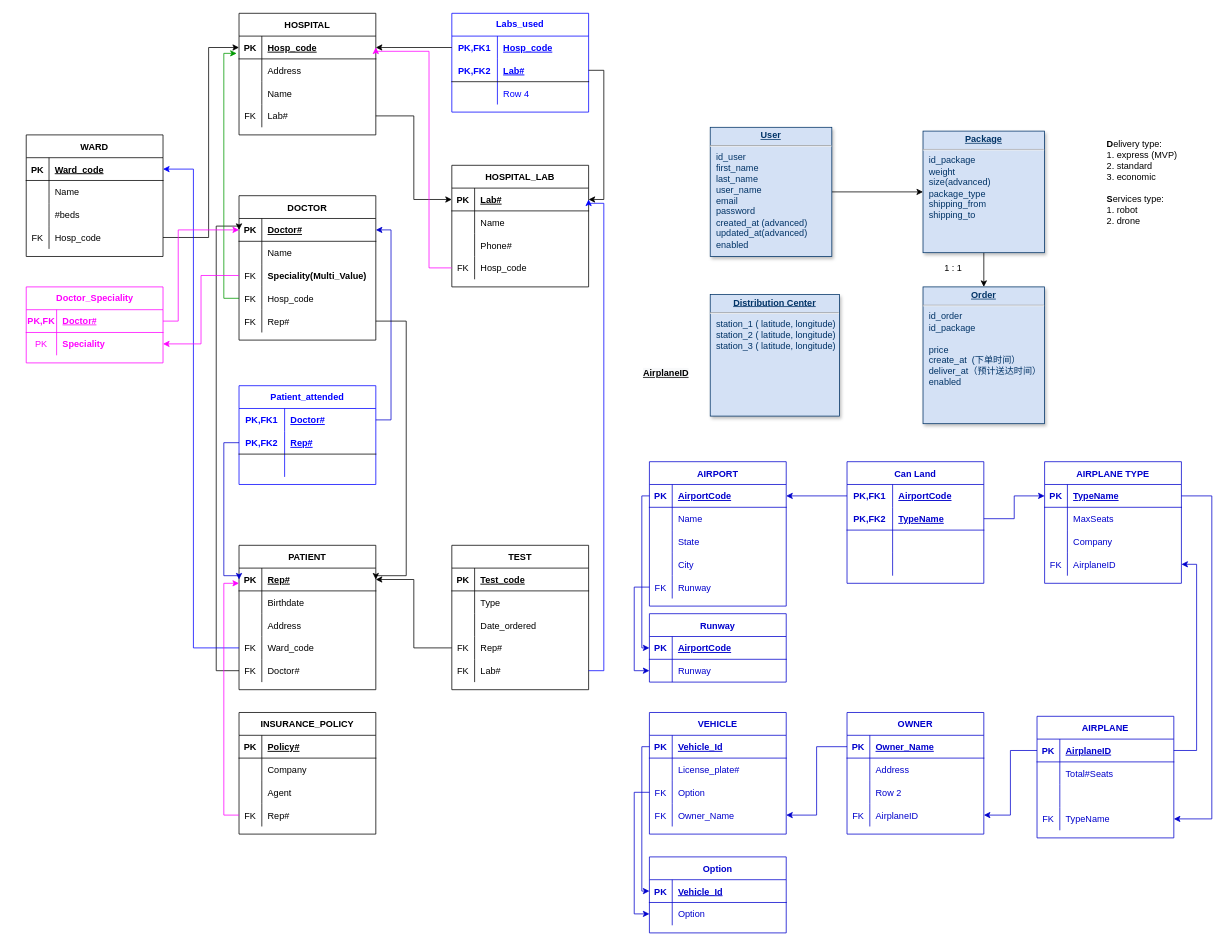
Before: src/Untitled Diagram.drawio in DBZhaoyuner/d3-timer, a draw.io diagram. Source tidied: cells renumbered, new cells numbered last; positions are measured from the earlier drawing's top-left corner, leaving out a move shared by most shapes. Both pictures are drawn from the tidied source at 76%, with x=0, y=0 at pixel (26, 13).
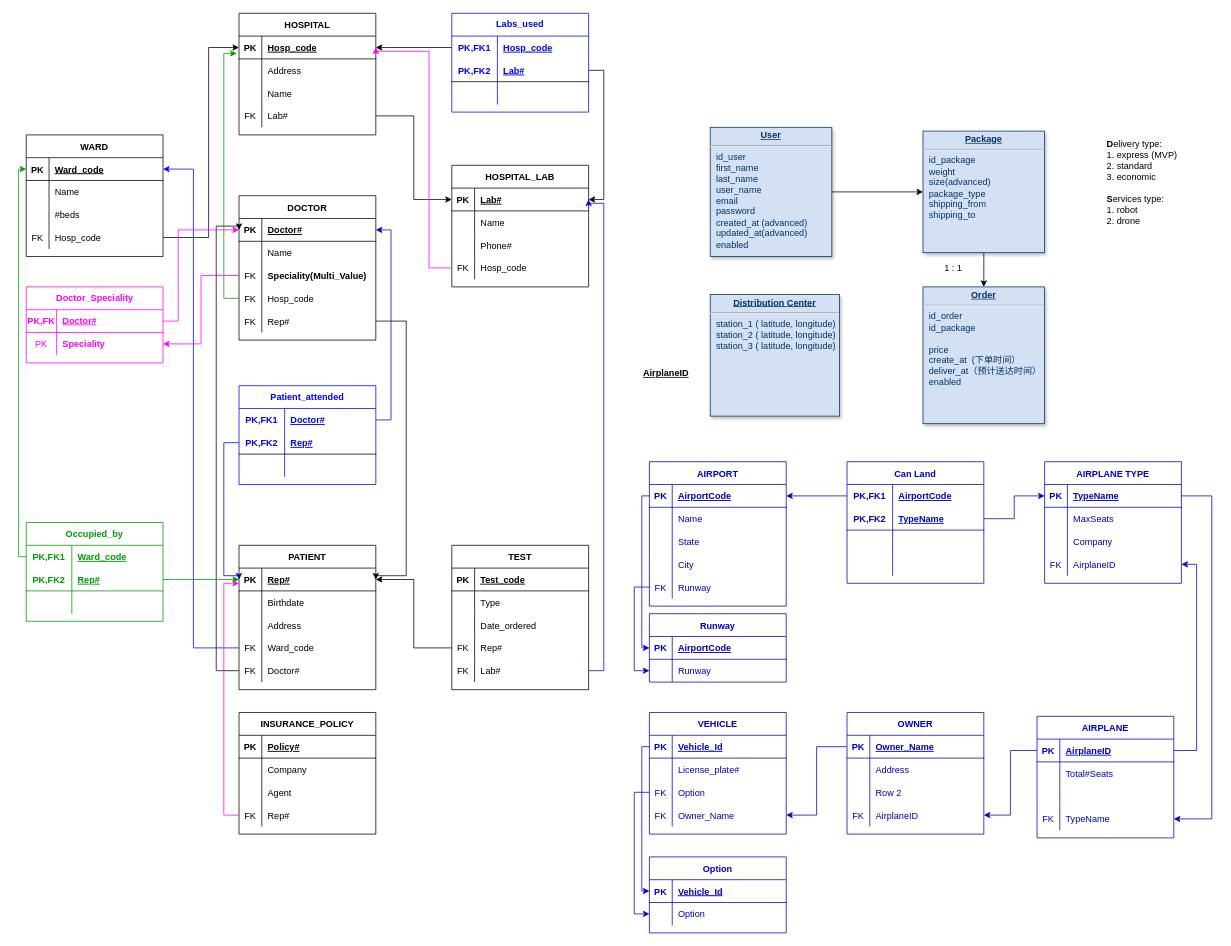
Above is the later version.

The change refers to these unchanged cells:
```xml
<mxCell id="133" style="shape=tableRow;horizontal=0;startSize=0;swimlaneHead=0;swimlaneBody=0;fillColor=none;points=[[0,0.5],[1,0.5]];portConstraint=eastwest;top=0;left=0;right=0;bottom=1;" parent="132" vertex="1">
  <mxGeometry y="30" width="180" height="30" as="geometry" />
</mxCell>
<mxCell id="188" style="shape=tableRow;horizontal=0;startSize=0;swimlaneHead=0;swimlaneBody=0;fillColor=none;points=[[0,0.5],[1,0.5]];portConstraint=eastwest;top=0;left=0;right=0;bottom=1;" parent="187" vertex="1">
  <mxGeometry y="30" width="180" height="30" as="geometry" />
</mxCell>
<mxCell id="233" style="shape=tableRow;horizontal=0;startSize=0;swimlaneHead=0;swimlaneBody=0;fillColor=none;top=0;left=0;right=0;bottom=0;fontColor=#0000FF;" parent="226" vertex="1">
  <mxGeometry y="90" width="180" height="30" as="geometry" />
</mxCell>
```

Change to the diagram source:
```diff
@@
-    <mxCell id="235" value="Row 4" style="shape=partialRectangle;fillColor=none;top=0;left=0;bottom=0;right=0;align=left;spacingLeft=6;overflow=hidden;fontColor=#0000FF;" parent="233" vertex="1">
+    <mxCell id="235" style="shape=partialRectangle;fillColor=none;top=0;left=0;bottom=0;right=0;align=left;spacingLeft=6;overflow=hidden;fontColor=#0000FF;" parent="233" vertex="1">
       <mxGeometry x="60" width="120" height="30" as="geometry" />
     </mxCell>
@@
+    <mxCell id="259" value="Occupied_by" style="shape=table;startSize=30;childLayout=tableLayout;rowLines=0;fontStyle=1;align=center;strokeColor=#009900;fontColor=#009900;html=1;labelBorderColor=none;whiteSpace=wrap;labelBackgroundColor=none;" parent="1" vertex="1">
+      <mxGeometry y="670" width="180" height="130" as="geometry" />
+    </mxCell>
+    <mxCell id="260" style="shape=tableRow;horizontal=0;startSize=0;swimlaneHead=0;swimlaneBody=0;fillColor=none;points=[[0,0.5],[1,0.5]];portConstraint=eastwest;top=0;left=0;right=0;bottom=0;fontColor=#009900;strokeColor=#009900;" parent="259" vertex="1">
+      <mxGeometry y="30" width="180" height="30" as="geometry" />
+    </mxCell>
+    <mxCell id="261" value="PK,FK1" style="shape=partialRectangle;fillColor=none;top=0;left=0;bottom=0;right=0;fontStyle=1;overflow=hidden;fontColor=#009900;strokeColor=#009900;" parent="260" vertex="1">
+      <mxGeometry width="60" height="30" as="geometry" />
+    </mxCell>
+    <mxCell id="262" value="Ward_code" style="shape=partialRectangle;fillColor=none;top=0;left=0;bottom=0;right=0;align=left;spacingLeft=6;fontStyle=5;overflow=hidden;fontColor=#009900;strokeColor=#009900;" parent="260" vertex="1">
+      <mxGeometry x="60" width="120" height="30" as="geometry" />
+    </mxCell>
+    <mxCell id="263" style="shape=tableRow;horizontal=0;startSize=0;swimlaneHead=0;swimlaneBody=0;fillColor=none;points=[[0,0.5],[1,0.5]];portConstraint=eastwest;top=0;left=0;right=0;bottom=1;fontColor=#009900;strokeColor=#009900;" parent="259" vertex="1">
+      <mxGeometry y="60" width="180" height="30" as="geometry" />
+    </mxCell>
+    <mxCell id="264" value="PK,FK2" style="shape=partialRectangle;fillColor=none;top=0;left=0;bottom=0;right=0;fontStyle=1;overflow=hidden;fontColor=#009900;strokeColor=#009900;" parent="263" vertex="1">
+      <mxGeometry width="60" height="30" as="geometry" />
+    </mxCell>
+    <mxCell id="265" value="Rep#" style="shape=partialRectangle;fillColor=none;top=0;left=0;bottom=0;right=0;align=left;spacingLeft=6;fontStyle=5;overflow=hidden;fontColor=#009900;strokeColor=#009900;" parent="263" vertex="1">
+      <mxGeometry x="60" width="120" height="30" as="geometry" />
+    </mxCell>
+    <mxCell id="266" style="shape=tableRow;horizontal=0;startSize=0;swimlaneHead=0;swimlaneBody=0;fillColor=none;top=0;left=0;right=0;bottom=0;fontColor=#009900;strokeColor=#009900;" parent="259" vertex="1">
+      <mxGeometry y="90" width="180" height="30" as="geometry" />
+    </mxCell>
+    <mxCell id="267" style="shape=partialRectangle;fillColor=none;top=0;left=0;bottom=0;right=0;overflow=hidden;fontColor=#009900;strokeColor=#009900;" parent="266" vertex="1">
+      <mxGeometry width="60" height="30" as="geometry" />
+    </mxCell>
+    <mxCell id="268" style="shape=partialRectangle;fillColor=none;top=0;left=0;bottom=0;right=0;align=left;spacingLeft=6;overflow=hidden;fontColor=#009900;strokeColor=#009900;" parent="266" vertex="1">
+      <mxGeometry x="60" width="120" height="30" as="geometry" />
+    </mxCell>
+    <mxCell id="269" style="edgeStyle=orthogonalEdgeStyle;rounded=0;jettySize=auto;html=1;entryX=0;entryY=0.5;entryDx=0;entryDy=0;fontColor=#FF00FF;strokeColor=#009900;" parent="1" edge="1" source="263" target="188">
+      <mxGeometry relative="1" as="geometry">
+        <Array as="points">
+          <mxPoint x="160" y="745" />
+          <mxPoint x="160" y="745" />
+        </Array>
+      </mxGeometry>
+    </mxCell>
+    <mxCell id="270" style="edgeStyle=orthogonalEdgeStyle;rounded=0;jettySize=auto;html=1;entryX=0;entryY=0.5;entryDx=0;entryDy=0;fontColor=#FF00FF;strokeColor=#009900;" parent="1" edge="1" source="260" target="133">
+      <mxGeometry relative="1" as="geometry">
+        <Array as="points">
+          <mxPoint x="-10" y="715" />
+          <mxPoint x="-10" y="205" />
+        </Array>
+      </mxGeometry>
+    </mxCell>
```
